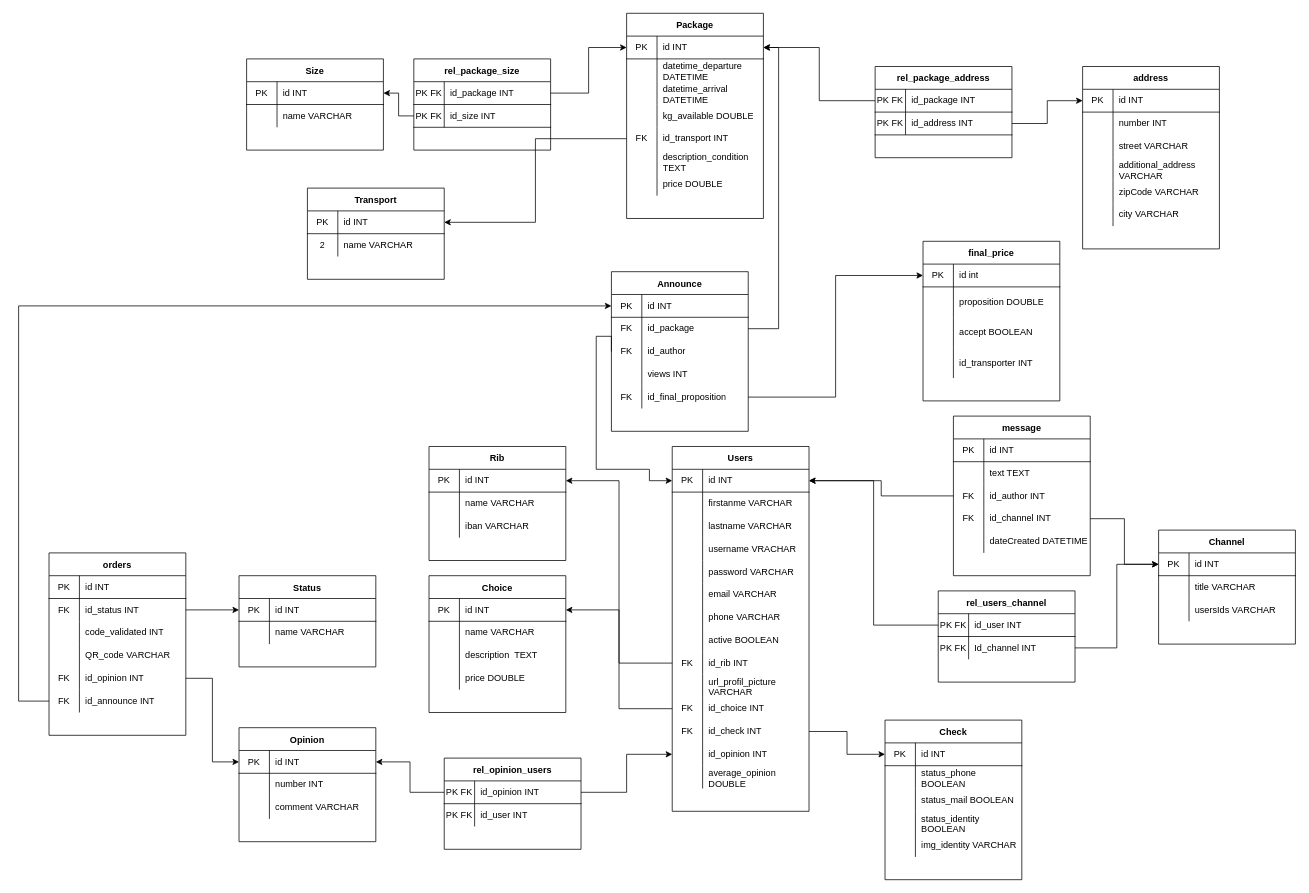
The draw.io diagram resource/schemabdd.drawio in COMMUNIER-Pierrick/weezli_back-end, before the edit. Source tidied: cells renumbered, new cells numbered last; positions are measured from the earlier drawing's top-left corner, leaving out a move shared by most shapes. Both pictures are drawn from the tidied source at 76%, with x=0, y=0 at pixel (18, 13).
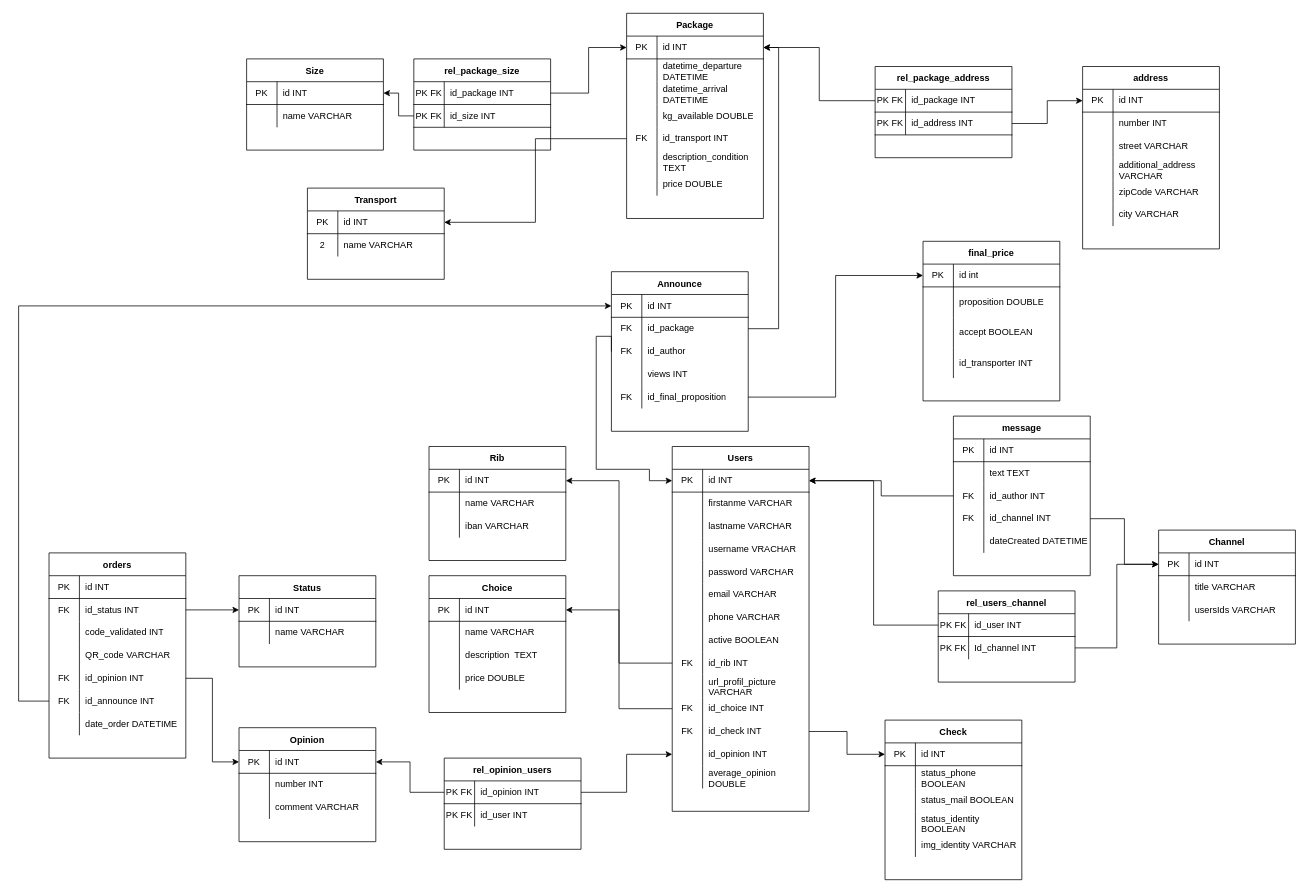
The same diagram, later.

Commit message (it also covers changes not shown here):
schema maj

The edit, as a diff of the source:
```diff
@@
     <mxCell id="199" value="orders" style="shape=table;startSize=30;childLayout=tableLayout;rowLines=0;fontStyle=1;align=center;" parent="1" vertex="1">
-      <mxGeometry x="40" y="710" width="180" height="240" as="geometry" />
+      <mxGeometry x="40" y="710" width="180" height="270" as="geometry" />
     </mxCell>
@@
+    <mxCell id="278" style="shape=partialRectangle;html=1;whiteSpace=wrap;fillColor=none;top=0;left=0;bottom=0;right=0;" parent="199" vertex="1">
+      <mxGeometry y="210" width="180" height="30" as="geometry" />
+    </mxCell>
+    <mxCell id="279" style="shape=partialRectangle;html=1;whiteSpace=wrap;fillColor=none;top=0;left=0;bottom=0;right=0;overflow=hidden;" parent="278" vertex="1">
+      <mxGeometry width="40" height="30" as="geometry" />
+    </mxCell>
+    <mxCell id="280" value="date_order DATETIME" style="shape=partialRectangle;html=1;whiteSpace=wrap;fillColor=none;top=0;left=0;bottom=0;right=0;align=left;spacingLeft=6;overflow=hidden;" parent="278" vertex="1">
+      <mxGeometry x="40" width="140" height="30" as="geometry" />
+    </mxCell>
```
